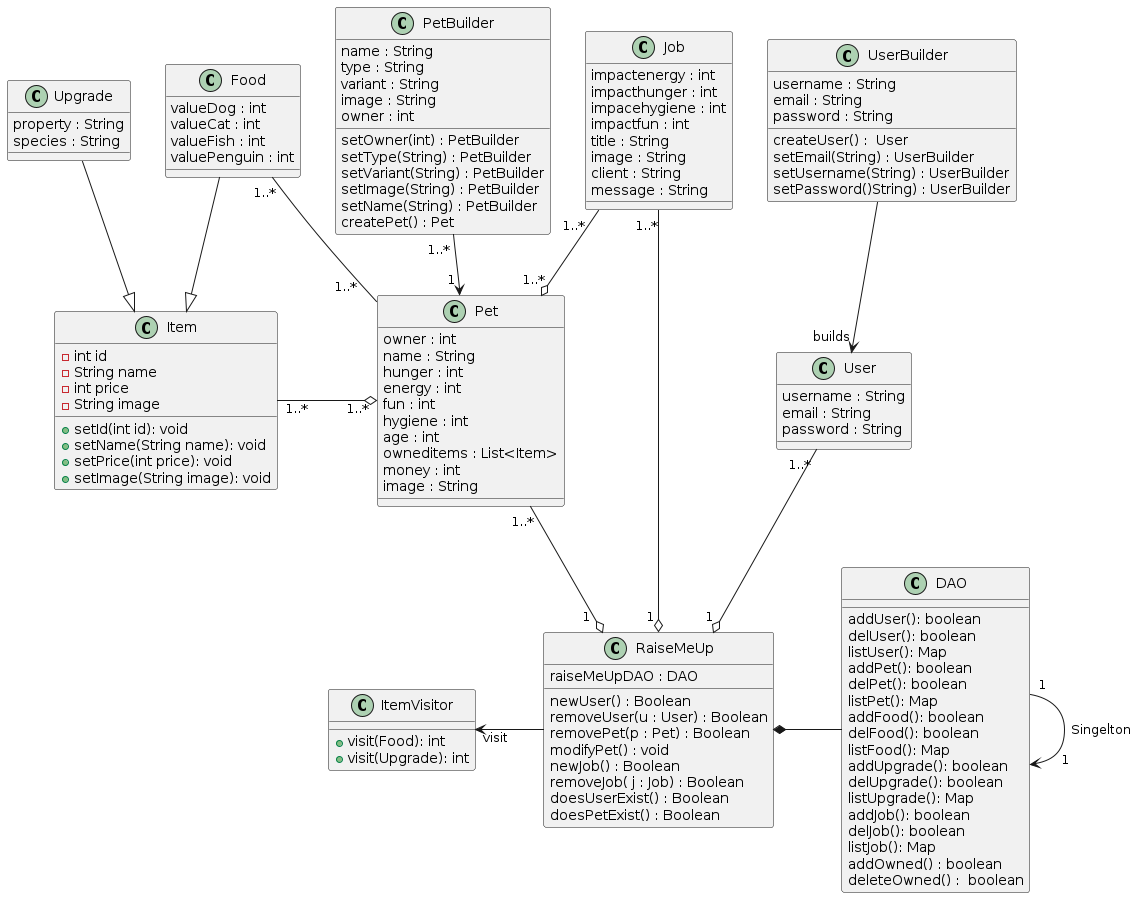
Earlier version of the PlantUML export artefacts/human-diagrams/p2.png (sh4r10/thesis-autogen-classdiagrams).
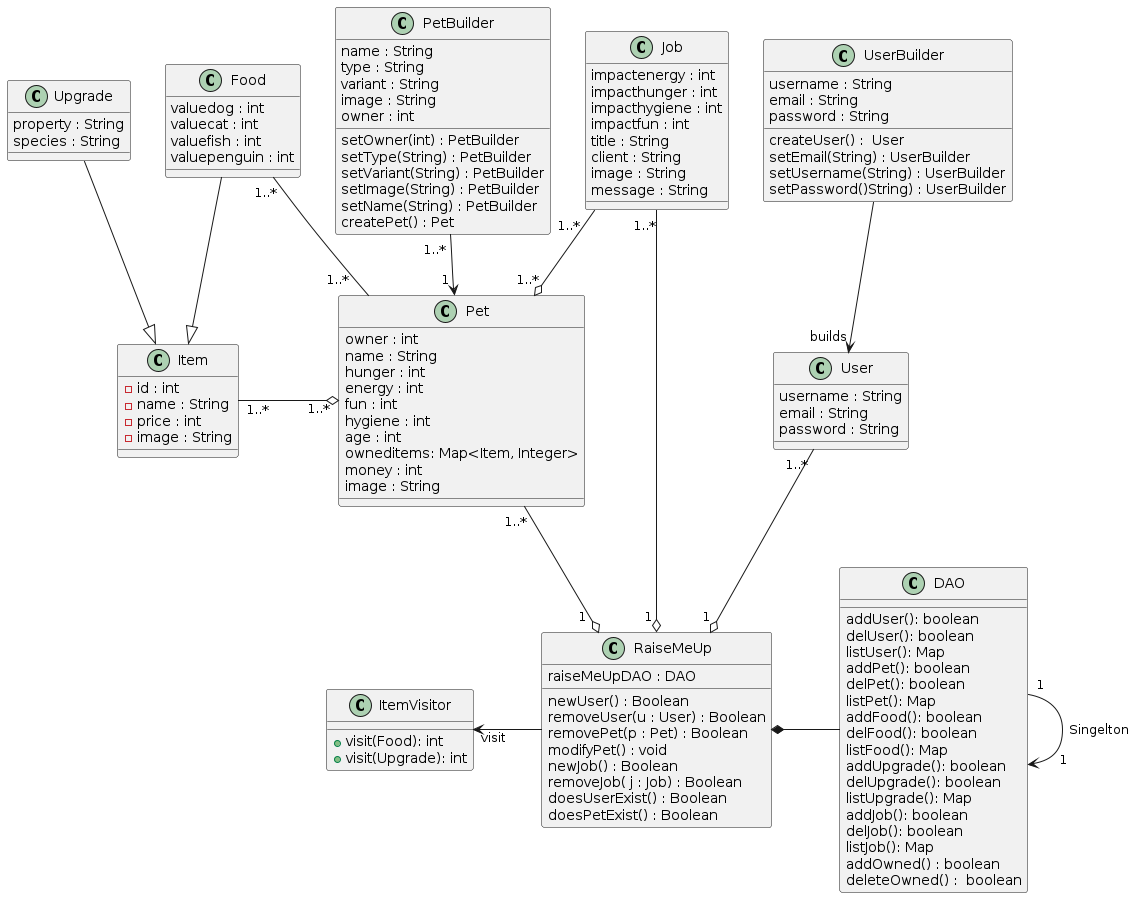
Later version of the same file.

Diff of the diagram source:
```diff
@@ -22,7 +22,7 @@
     fun : int
     hygiene : int
     age : int
-    owneditems : List<Item>
+    owneditems: Map<Item, Integer>
     money : int
     image : String
 }
@@ -45,32 +45,28 @@
 class Job {
     impactenergy : int
     impacthunger : int
-    impacehygiene : int
+    impacthygiene : int
     impactfun : int
     title : String
+    client : String
     image : String
-    client : String
     message : String
 }
 class Food{
-    valueDog : int
-    valueCat : int
-    valueFish : int
-    valuePenguin : int
+    valuedog : int
+    valuecat : int
+    valuefish : int
+    valuepenguin : int
 }
 class Upgrade{
     property : String
     species : String
 }
 class Item {
-    -int id
-    -String name
-    -int price
-    -String image
-    +setId(int id): void
-    +setName(String name): void
-    +setPrice(int price): void
-    +setImage(String image): void
+    -id : int
+    -name : String
+    -price : int
+    -image : String
 }
 class ItemVisitor {
     +visit(Food): int
@@ -116,14 +112,6 @@
 PetBuilder "1..* " --> "1 " Pet
 UserBuilder -d-> "builds" User
 
-together {
-    class UserBuilder
-    class PetBuilder
-    class Pet
-    class User
-}
-
-
 Job "1..*  " --o "1..*"Pet
 Item "1..*" -r-o "1..*" Pet : \t\t
 RaiseMeUp -l-> "visit" ItemVisitor : \t
```
